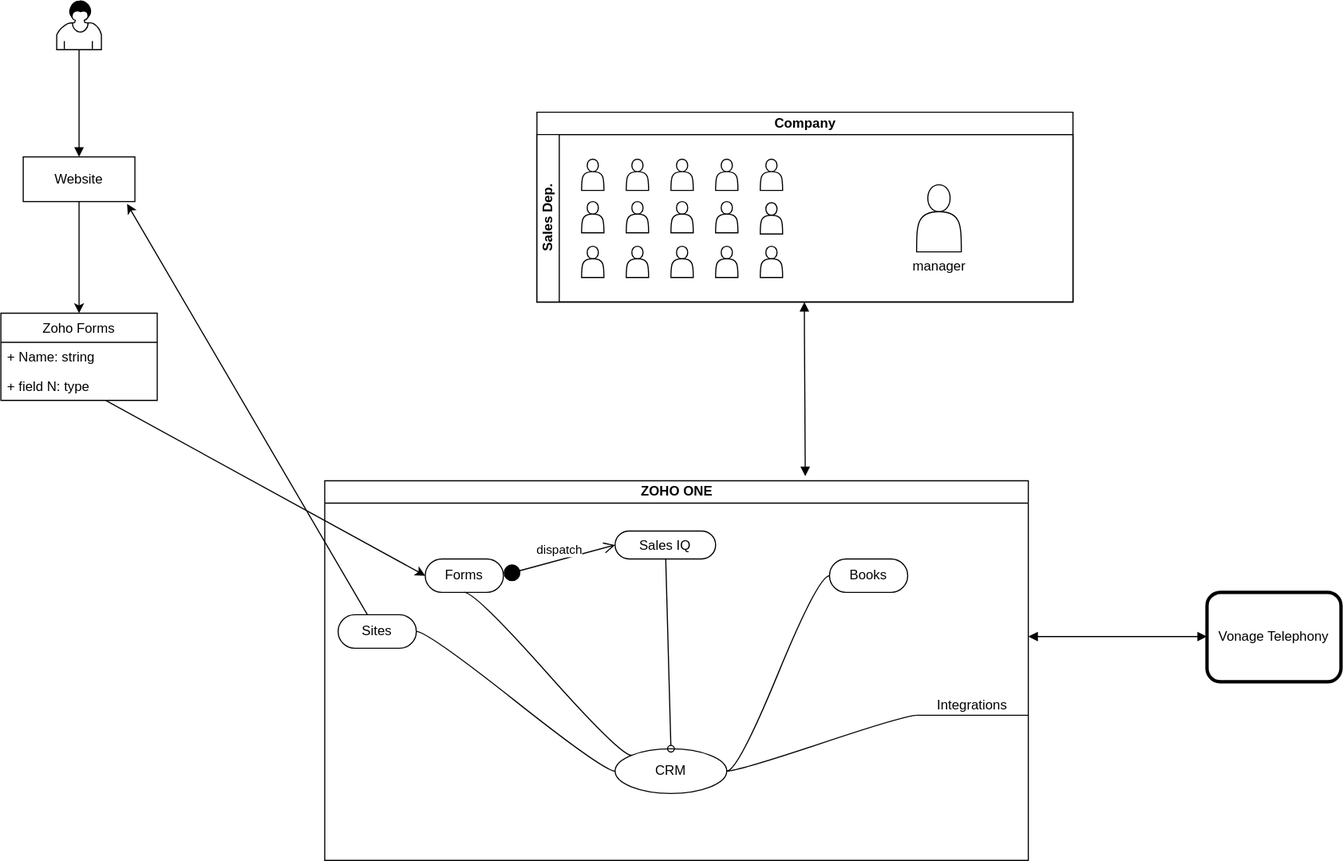
Before: Overview.svg, a diagram exported from draw.io (dmitrychurkin/dc-zoho-integration). Source tidied: cells renumbered, new cells last; positions are measured from the earlier drawing's top-left corner, leaving out a move shared by most shapes. The source it was exported from:
```xml
<mxGraphModel>
  <root>
    <mxCell id="0" />
    <mxCell id="1" parent="0" />
    <mxCell id="2" style="edgeStyle=orthogonalEdgeStyle;curved=1;jettySize=auto;html=1;entryX=0.5;entryY=0;entryDx=0;entryDy=0;endArrow=block;endFill=1;" parent="1" edge="1" source="3" target="42">
      <mxGeometry relative="1" as="geometry" />
    </mxCell>
    <mxCell id="3" style="shape=mxgraph.bpmn.user_task;html=1;outlineConnect=0;" parent="1" vertex="1">
      <mxGeometry x="50" width="40" height="44" as="geometry" />
    </mxCell>
    <mxCell id="4" value="Company" style="swimlane;html=1;horizontal=1;startSize=20;" parent="1" vertex="1">
      <mxGeometry x="480" y="100" width="480" height="170" as="geometry" />
    </mxCell>
    <mxCell id="5" value="Sales Dep.&lt;br&gt;" style="swimlane;html=1;startSize=20;horizontal=0;" parent="4" vertex="1">
      <mxGeometry y="20" width="480" height="150" as="geometry" />
    </mxCell>
    <mxCell id="6" style="shape=actor;whiteSpace=wrap;html=1;" parent="5" vertex="1">
      <mxGeometry x="40" y="22" width="20" height="28" as="geometry" />
    </mxCell>
    <mxCell id="7" style="shape=actor;whiteSpace=wrap;html=1;" parent="5" vertex="1">
      <mxGeometry x="80" y="22" width="20" height="28" as="geometry" />
    </mxCell>
    <mxCell id="8" style="shape=actor;whiteSpace=wrap;html=1;" parent="5" vertex="1">
      <mxGeometry x="120" y="22" width="20" height="28" as="geometry" />
    </mxCell>
    <mxCell id="9" style="shape=actor;whiteSpace=wrap;html=1;" parent="5" vertex="1">
      <mxGeometry x="160" y="22" width="20" height="28" as="geometry" />
    </mxCell>
    <mxCell id="10" style="shape=actor;whiteSpace=wrap;html=1;" parent="5" vertex="1">
      <mxGeometry x="200" y="22" width="20" height="28" as="geometry" />
    </mxCell>
    <mxCell id="11" style="shape=actor;whiteSpace=wrap;html=1;" parent="5" vertex="1">
      <mxGeometry x="40" y="60" width="20" height="28" as="geometry" />
    </mxCell>
    <mxCell id="12" style="shape=actor;whiteSpace=wrap;html=1;" parent="5" vertex="1">
      <mxGeometry x="80" y="60" width="20" height="28" as="geometry" />
    </mxCell>
    <mxCell id="13" style="shape=actor;whiteSpace=wrap;html=1;" parent="5" vertex="1">
      <mxGeometry x="120" y="60" width="20" height="28" as="geometry" />
    </mxCell>
    <mxCell id="14" style="shape=actor;whiteSpace=wrap;html=1;" parent="5" vertex="1">
      <mxGeometry x="160" y="60" width="20" height="28" as="geometry" />
    </mxCell>
    <mxCell id="15" style="shape=actor;whiteSpace=wrap;html=1;" parent="5" vertex="1">
      <mxGeometry x="200" y="61" width="20" height="28" as="geometry" />
    </mxCell>
    <mxCell id="16" style="shape=actor;whiteSpace=wrap;html=1;" parent="5" vertex="1">
      <mxGeometry x="340" y="45" width="40" height="60" as="geometry" />
    </mxCell>
    <mxCell id="17" style="shape=actor;whiteSpace=wrap;html=1;" parent="5" vertex="1">
      <mxGeometry x="40" y="100" width="20" height="28" as="geometry" />
    </mxCell>
    <mxCell id="18" style="shape=actor;whiteSpace=wrap;html=1;" parent="5" vertex="1">
      <mxGeometry x="80" y="100" width="20" height="28" as="geometry" />
    </mxCell>
    <mxCell id="19" style="shape=actor;whiteSpace=wrap;html=1;" parent="5" vertex="1">
      <mxGeometry x="120" y="100" width="20" height="28" as="geometry" />
    </mxCell>
    <mxCell id="20" style="shape=actor;whiteSpace=wrap;html=1;" parent="5" vertex="1">
      <mxGeometry x="160" y="100" width="20" height="28" as="geometry" />
    </mxCell>
    <mxCell id="21" style="shape=actor;whiteSpace=wrap;html=1;" parent="5" vertex="1">
      <mxGeometry x="200" y="100" width="20" height="28" as="geometry" />
    </mxCell>
    <mxCell id="22" value="&lt;span&gt;manager&lt;/span&gt;" style="text;html=1;align=center;verticalAlign=middle;" parent="5" vertex="1">
      <mxGeometry x="330" y="108" width="60" height="20" as="geometry" />
    </mxCell>
    <mxCell id="23" value="ZOHO ONE" style="swimlane;html=1;startSize=20;horizontal=1;containerType=tree;" parent="1" vertex="1">
      <mxGeometry x="290" y="430" width="630" height="340" as="geometry" />
    </mxCell>
    <mxCell id="24" style="edgeStyle=entityRelationEdgeStyle;startArrow=none;endArrow=none;segment=10;curved=1;" parent="23" edge="1" source="28" target="27">
      <mxGeometry relative="1" as="geometry" />
    </mxCell>
    <mxCell id="25" style="edgeStyle=entityRelationEdgeStyle;startArrow=none;endArrow=none;segment=10;curved=1;" parent="23" edge="1" source="27" target="29">
      <mxGeometry relative="1" as="geometry" />
    </mxCell>
    <mxCell id="26" style="edgeStyle=entityRelationEdgeStyle;startArrow=none;endArrow=none;segment=10;curved=1;" parent="23" edge="1" source="27" target="30">
      <mxGeometry relative="1" as="geometry" />
    </mxCell>
    <mxCell id="27" value="CRM" style="ellipse;whiteSpace=wrap;html=1;align=center;newEdgeStyle={&quot;edgeStyle&quot;:&quot;entityRelationEdgeStyle&quot;,&quot;startArrow&quot;:&quot;none&quot;,&quot;endArrow&quot;:&quot;none&quot;,&quot;segment&quot;:10,&quot;curved&quot;:1};" parent="23" vertex="1">
      <mxGeometry x="260" y="240" width="100" height="40" as="geometry" />
    </mxCell>
    <mxCell id="28" value="Books" style="whiteSpace=wrap;html=1;rounded=1;arcSize=50;align=center;verticalAlign=middle;strokeWidth=1;spacing=4;newEdgeStyle={&quot;edgeStyle&quot;:&quot;entityRelationEdgeStyle&quot;,&quot;startArrow&quot;:&quot;none&quot;,&quot;endArrow&quot;:&quot;none&quot;,&quot;segment&quot;:10,&quot;curved&quot;:1};" parent="23" vertex="1">
      <mxGeometry x="452" y="70" width="70" height="30" as="geometry" />
    </mxCell>
    <mxCell id="29" value="Integrations" style="whiteSpace=wrap;html=1;shape=partialRectangle;top=0;left=0;bottom=1;right=0;points=[[0,1],[1,1]];fillColor=none;align=center;verticalAlign=bottom;routingCenterY=0.5;snapToPoint=1;newEdgeStyle={&quot;edgeStyle&quot;:&quot;entityRelationEdgeStyle&quot;,&quot;startArrow&quot;:&quot;none&quot;,&quot;endArrow&quot;:&quot;none&quot;,&quot;segment&quot;:10,&quot;curved&quot;:1};" parent="23" vertex="1">
      <mxGeometry x="530" y="190" width="100" height="20" as="geometry" />
    </mxCell>
    <mxCell id="30" value="Sites" style="whiteSpace=wrap;html=1;rounded=1;arcSize=50;align=center;verticalAlign=middle;strokeWidth=1;spacing=4;newEdgeStyle={&quot;edgeStyle&quot;:&quot;entityRelationEdgeStyle&quot;,&quot;startArrow&quot;:&quot;none&quot;,&quot;endArrow&quot;:&quot;none&quot;,&quot;segment&quot;:10,&quot;curved&quot;:1};" parent="23" vertex="1">
      <mxGeometry x="12" y="120" width="70" height="30" as="geometry" />
    </mxCell>
    <mxCell id="31" value="Forms" style="whiteSpace=wrap;html=1;rounded=1;arcSize=50;align=center;verticalAlign=middle;strokeWidth=1;spacing=4;newEdgeStyle={&quot;edgeStyle&quot;:&quot;entityRelationEdgeStyle&quot;,&quot;startArrow&quot;:&quot;none&quot;,&quot;endArrow&quot;:&quot;none&quot;,&quot;segment&quot;:10,&quot;curved&quot;:1};" parent="23" vertex="1">
      <mxGeometry x="90" y="70" width="70" height="30" as="geometry" />
    </mxCell>
    <mxCell id="32" value="Sales IQ" style="whiteSpace=wrap;html=1;rounded=1;arcSize=50;align=center;verticalAlign=middle;strokeWidth=1;spacing=4;newEdgeStyle={&quot;edgeStyle&quot;:&quot;entityRelationEdgeStyle&quot;,&quot;startArrow&quot;:&quot;none&quot;,&quot;endArrow&quot;:&quot;none&quot;,&quot;segment&quot;:10,&quot;curved&quot;:1};" parent="23" vertex="1">
      <mxGeometry x="260" y="45" width="90" height="25" as="geometry" />
    </mxCell>
    <mxCell id="33" value="dispatch" style="html=1;verticalAlign=bottom;startArrow=circle;startFill=1;endArrow=open;startSize=6;endSize=8;entryX=0;entryY=0.5;entryDx=0;entryDy=0;" parent="23" edge="1" target="32">
      <mxGeometry relative="1" as="geometry">
        <mxPoint x="160" y="84.5" as="sourcePoint" />
      </mxGeometry>
    </mxCell>
    <mxCell id="34" style="rounded=0;jettySize=auto;html=1;endArrow=oval;endFill=0;entryX=0.5;entryY=0;entryDx=0;entryDy=0;" parent="23" edge="1" source="32" target="27">
      <mxGeometry relative="1" as="geometry" />
    </mxCell>
    <mxCell id="35" style="edgeStyle=entityRelationEdgeStyle;startArrow=none;endArrow=none;segment=10;curved=1;exitX=0.5;exitY=1;exitDx=0;exitDy=0;entryX=0;entryY=0;entryDx=0;entryDy=0;" parent="23" edge="1" source="31" target="27">
      <mxGeometry relative="1" as="geometry" />
    </mxCell>
    <mxCell id="36" value="Vonage Telephony" style="shape=ext;rounded=1;html=1;whiteSpace=wrap;strokeWidth=3;" parent="1" vertex="1">
      <mxGeometry x="1080" y="530" width="120" height="80" as="geometry" />
    </mxCell>
    <mxCell id="37" style="endArrow=block;startArrow=block;endFill=1;startFill=1;html=1;" parent="1" edge="1">
      <mxGeometry relative="1" as="geometry">
        <mxPoint x="920" y="569.5" as="sourcePoint" />
        <mxPoint x="1080" y="569.5" as="targetPoint" />
      </mxGeometry>
    </mxCell>
    <mxCell id="38" value="Zoho Forms" style="swimlane;fontStyle=0;horizontal=1;startSize=26;fillColor=none;" parent="1" vertex="1">
      <mxGeometry y="280" width="140" height="78" as="geometry" />
    </mxCell>
    <mxCell id="39" value="+ Name: string" style="text;strokeColor=none;fillColor=none;align=left;verticalAlign=top;spacingLeft=4;spacingRight=4;overflow=hidden;" parent="38" vertex="1">
      <mxGeometry y="26" width="140" height="26" as="geometry" />
    </mxCell>
    <mxCell id="40" value="+ field N: type" style="text;strokeColor=none;fillColor=none;align=left;verticalAlign=top;spacingLeft=4;spacingRight=4;overflow=hidden;points=[[0,0.5],[1,0.5]];portConstraint=eastwest;" parent="38" vertex="1">
      <mxGeometry y="52" width="140" height="26" as="geometry" />
    </mxCell>
    <mxCell id="41" style="edgeStyle=none;rounded=0;jettySize=auto;html=1;entryX=0.5;entryY=0;entryDx=0;entryDy=0;" parent="1" edge="1" source="42" target="38">
      <mxGeometry relative="1" as="geometry" />
    </mxCell>
    <mxCell id="42" value="Website" style="whiteSpace=wrap;html=1;align=center;" parent="1" vertex="1">
      <mxGeometry x="20" y="140" width="100" height="40" as="geometry" />
    </mxCell>
    <mxCell id="43" style="edgeStyle=none;rounded=0;jettySize=auto;html=1;entryX=0.93;entryY=1.05;entryDx=0;entryDy=0;entryPerimeter=0;" parent="1" edge="1" source="30" target="42">
      <mxGeometry relative="1" as="geometry" />
    </mxCell>
    <mxCell id="44" style="edgeStyle=none;rounded=0;jettySize=auto;html=1;entryX=0;entryY=0.5;entryDx=0;entryDy=0;" parent="1" edge="1" source="40" target="31">
      <mxGeometry relative="1" as="geometry" />
    </mxCell>
    <mxCell id="45" style="endArrow=block;startArrow=block;endFill=1;startFill=1;html=1;entryX=0.683;entryY=-0.012;entryDx=0;entryDy=0;entryPerimeter=0;" parent="1" edge="1" target="23">
      <mxGeometry relative="1" as="geometry">
        <mxPoint x="719.5" y="270" as="sourcePoint" />
        <Array as="points">
          <mxPoint x="719.5" y="290" />
        </Array>
      </mxGeometry>
    </mxCell>
  </root>
</mxGraphModel>
```
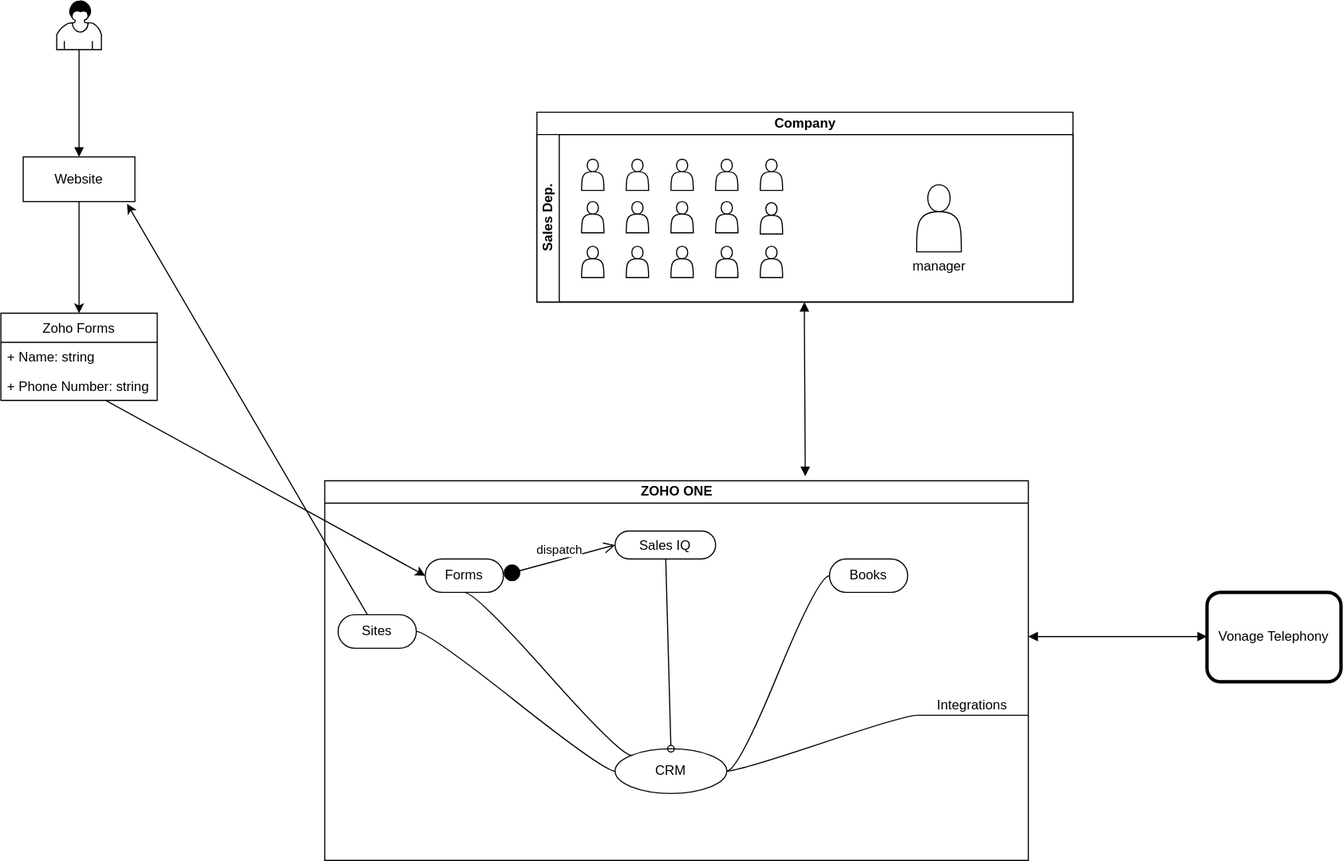
The same diagram one commit later.

Diff of the diagram source:
```diff
@@ -121,7 +121,7 @@
     <mxCell id="39" value="+ Name: string" style="text;strokeColor=none;fillColor=none;align=left;verticalAlign=top;spacingLeft=4;spacingRight=4;overflow=hidden;" parent="38" vertex="1">
       <mxGeometry y="26" width="140" height="26" as="geometry" />
     </mxCell>
-    <mxCell id="40" value="+ field N: type" style="text;strokeColor=none;fillColor=none;align=left;verticalAlign=top;spacingLeft=4;spacingRight=4;overflow=hidden;points=[[0,0.5],[1,0.5]];portConstraint=eastwest;" parent="38" vertex="1">
+    <mxCell id="40" value="+ Phone Number: string" style="text;strokeColor=none;fillColor=none;align=left;verticalAlign=top;spacingLeft=4;spacingRight=4;overflow=hidden;points=[[0,0.5],[1,0.5]];portConstraint=eastwest;" parent="38" vertex="1">
       <mxGeometry y="52" width="140" height="26" as="geometry" />
     </mxCell>
     <mxCell id="41" style="edgeStyle=none;rounded=0;jettySize=auto;html=1;entryX=0.5;entryY=0;entryDx=0;entryDy=0;" parent="1" edge="1" source="42" target="38">
```
